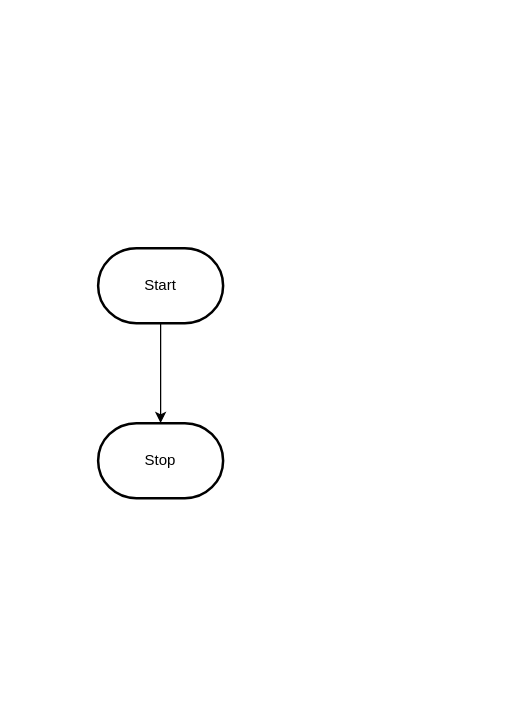
This is design/flowchart.drawio from MTHS-ICD2O-1-2024/ICD2O-Unit-5-04-peter-zerbinos, a draw.io file, before an edit. Source tidied: cells renumbered, new cells numbered last; positions are measured from the earlier drawing's top-left corner, leaving out a move shared by most shapes. Both pictures are drawn from the tidied source at 125%, with x=0, y=0 at pixel (98, 248).
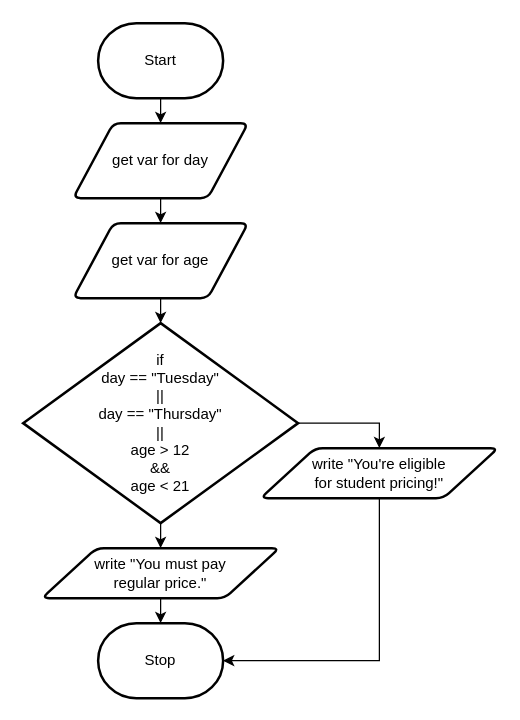
The same diagram, later.

Commit message (it also covers changes not shown here):
Working on flowchart

Change to the diagram source:
```diff
@@
 <mxGraphModel>
   <root>
     <mxCell id="0" />
     <mxCell id="1" parent="0" />
-    <mxCell id="2" style="edgeStyle=orthogonalEdgeStyle;html=1;rounded=0;" parent="1" edge="1" source="3" target="4">
-      <mxGeometry relative="1" as="geometry" />
-    </mxCell>
+    <mxCell id="5" style="edgeStyle=orthogonalEdgeStyle;shape=connector;rounded=0;html=1;exitX=0.5;exitY=1;exitDx=0;exitDy=0;exitPerimeter=0;entryX=0.5;entryY=0;entryDx=0;entryDy=0;labelBackgroundColor=default;strokeColor=default;fontFamily=Helvetica;fontSize=11;fontColor=default;endArrow=classic;" parent="1" edge="1" source="3" target="7">
+      <mxGeometry relative="1" as="geometry" />
+    </mxCell>
     <mxCell id="3" value="Start" style="strokeWidth=2;html=1;shape=mxgraph.flowchart.terminator;whiteSpace=wrap;" parent="1" vertex="1">
-      <mxGeometry width="100" height="60" as="geometry" />
+      <mxGeometry y="-180" width="100" height="60" as="geometry" />
     </mxCell>
     <mxCell id="4" value="Stop" style="strokeWidth=2;html=1;shape=mxgraph.flowchart.terminator;whiteSpace=wrap;" parent="1" vertex="1">
-      <mxGeometry y="140" width="100" height="60" as="geometry" />
+      <mxGeometry y="300" width="100" height="60" as="geometry" />
     </mxCell>
+    <mxCell id="6" style="edgeStyle=orthogonalEdgeStyle;shape=connector;rounded=0;html=1;exitX=0.5;exitY=1;exitDx=0;exitDy=0;entryX=0.5;entryY=0;entryDx=0;entryDy=0;labelBackgroundColor=default;strokeColor=default;fontFamily=Helvetica;fontSize=11;fontColor=default;endArrow=classic;" parent="1" edge="1" source="7" target="9">
+      <mxGeometry relative="1" as="geometry" />
+    </mxCell>
+    <mxCell id="7" value="get var for day" style="shape=parallelogram;html=1;strokeWidth=2;perimeter=parallelogramPerimeter;whiteSpace=wrap;rounded=1;arcSize=12;size=0.23;" parent="1" vertex="1">
+      <mxGeometry x="-20" y="-100" width="140" height="60" as="geometry" />
+    </mxCell>
+    <mxCell id="8" style="edgeStyle=orthogonalEdgeStyle;shape=connector;rounded=0;html=1;labelBackgroundColor=default;strokeColor=default;fontFamily=Helvetica;fontSize=11;fontColor=default;endArrow=classic;" parent="1" edge="1" source="9" target="12">
+      <mxGeometry relative="1" as="geometry" />
+    </mxCell>
+    <mxCell id="9" value="get var for age" style="shape=parallelogram;html=1;strokeWidth=2;perimeter=parallelogramPerimeter;whiteSpace=wrap;rounded=1;arcSize=12;size=0.23;" parent="1" vertex="1">
+      <mxGeometry x="-20" y="-20" width="140" height="60" as="geometry" />
+    </mxCell>
+    <mxCell id="10" style="edgeStyle=orthogonalEdgeStyle;html=1;exitX=1;exitY=0.5;exitDx=0;exitDy=0;exitPerimeter=0;entryX=0.5;entryY=0;entryDx=0;entryDy=0;rounded=0;" parent="1" edge="1" source="12" target="14">
+      <mxGeometry relative="1" as="geometry" />
+    </mxCell>
+    <mxCell id="11" style="edgeStyle=orthogonalEdgeStyle;shape=connector;rounded=0;html=1;exitX=0.5;exitY=1;exitDx=0;exitDy=0;exitPerimeter=0;entryX=0.5;entryY=0;entryDx=0;entryDy=0;labelBackgroundColor=default;strokeColor=default;fontFamily=Helvetica;fontSize=11;fontColor=default;endArrow=classic;" parent="1" edge="1" source="12" target="16">
+      <mxGeometry relative="1" as="geometry" />
+    </mxCell>
+    <mxCell id="12" value="if&lt;br&gt;day == &quot;Tuesday&quot;&lt;br&gt;||&lt;br&gt;day == &quot;Thursday&quot;&lt;br&gt;||&lt;br&gt;age &amp;gt; 12&lt;br&gt;&amp;amp;&amp;amp;&lt;br&gt;age &amp;lt; 21" style="strokeWidth=2;html=1;shape=mxgraph.flowchart.decision;whiteSpace=wrap;" parent="1" vertex="1">
+      <mxGeometry x="-60" y="60" width="220" height="160" as="geometry" />
+    </mxCell>
+    <mxCell id="13" style="edgeStyle=orthogonalEdgeStyle;shape=connector;rounded=0;html=1;exitX=0.5;exitY=1;exitDx=0;exitDy=0;entryX=1;entryY=0.5;entryDx=0;entryDy=0;entryPerimeter=0;labelBackgroundColor=default;strokeColor=default;fontFamily=Helvetica;fontSize=11;fontColor=default;endArrow=classic;" parent="1" edge="1" source="14" target="4">
+      <mxGeometry relative="1" as="geometry" />
+    </mxCell>
+    <mxCell id="14" value="write &quot;You're eligible&lt;br&gt;for student pricing!&quot;" style="shape=parallelogram;html=1;strokeWidth=2;perimeter=parallelogramPerimeter;whiteSpace=wrap;rounded=1;arcSize=12;size=0.23;" parent="1" vertex="1">
+      <mxGeometry x="130" y="160" width="190" height="40" as="geometry" />
+    </mxCell>
+    <mxCell id="15" style="edgeStyle=orthogonalEdgeStyle;shape=connector;rounded=0;html=1;exitX=0.5;exitY=1;exitDx=0;exitDy=0;entryX=0.5;entryY=0;entryDx=0;entryDy=0;entryPerimeter=0;labelBackgroundColor=default;strokeColor=default;fontFamily=Helvetica;fontSize=11;fontColor=default;endArrow=classic;" parent="1" edge="1" source="16" target="4">
+      <mxGeometry relative="1" as="geometry" />
+    </mxCell>
+    <mxCell id="16" value="write &quot;You must pay&lt;br&gt;regular price.&quot;" style="shape=parallelogram;html=1;strokeWidth=2;perimeter=parallelogramPerimeter;whiteSpace=wrap;rounded=1;arcSize=12;size=0.23;" parent="1" vertex="1">
+      <mxGeometry x="-45" y="240" width="190" height="40" as="geometry" />
+    </mxCell>
   </root>
 </mxGraphModel>
```
